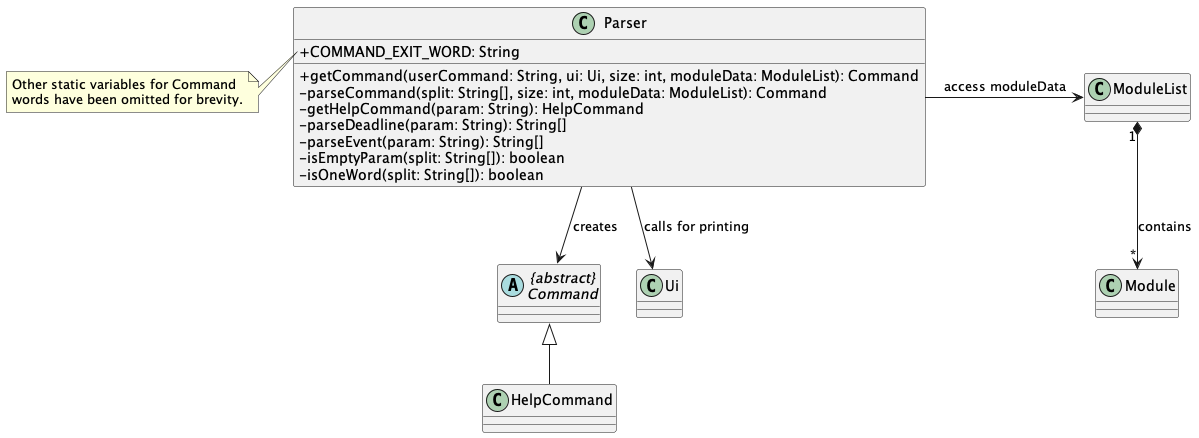
Above: docs/uml-diagrams/Parser.png in nus-cs2113-AY2223S2/tp (PlantUML), before the change. The source it was exported from:
```plantuml
@startuml
skinparam classAttributeIconSize 0

class Parser {
+ COMMAND_EXIT_WORD: String
+ getCommand(userCommand: String, ui: Ui, size: int, moduleData: ModuleList): Command
- parseCommand(split: String[], size: int, moduleData: ModuleList): Command
- getHelpCommand(param: String): HelpCommand
- parseDeadline(param: String): String[]
- parseEvent(param: String): String[]
- isEmptyParam(split: String[]): boolean
- isOneWord(split: String[]): boolean
}
note left of Parser::COMMAND_EXIT_WORD
    Other static variables for Command
    words have been omitted for brevity.
end note

Parser -> ModuleList : access moduleData
ModuleList "1" *--> "*" Module : contains

abstract class "{abstract}\nCommand" as Command
Parser --> Ui : calls for printing
Parser --> Command: creates
Command <|-- HelpCommand


@enduml
```
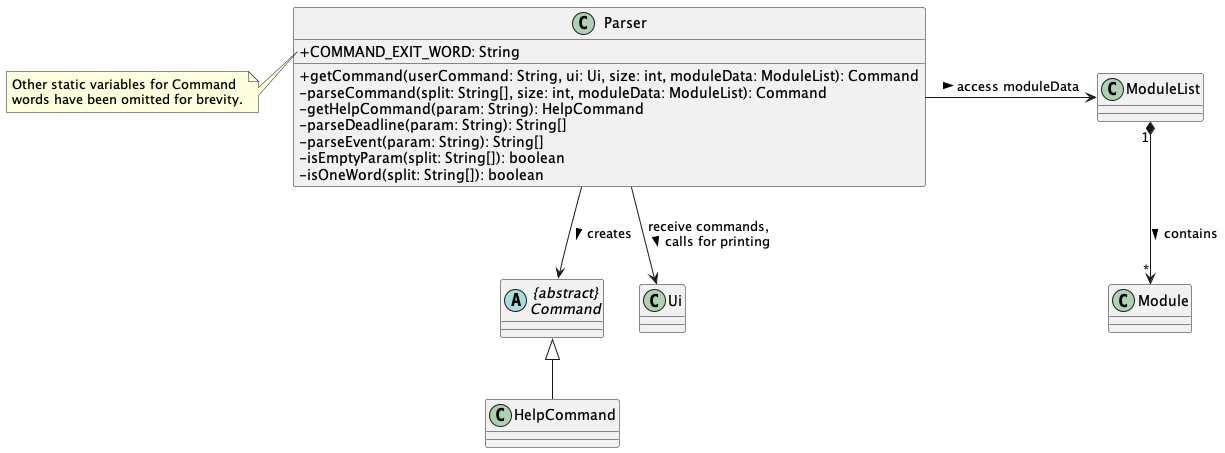
The same diagram one commit later.

The edit, as a diff of the source:
```diff
@@ -16,12 +16,12 @@
     words have been omitted for brevity.
 end note
 
-Parser -> ModuleList : access moduleData
-ModuleList "1" *--> "*" Module : contains
+Parser -> ModuleList : access moduleData >
+ModuleList "1" *--> "*" Module : contains >
 
 abstract class "{abstract}\nCommand" as Command
-Parser --> Ui : calls for printing
-Parser --> Command: creates
+Parser --> Ui : receive commands, \ncalls for printing >
+Parser --> Command: creates >
 Command <|-- HelpCommand
 
 
```
